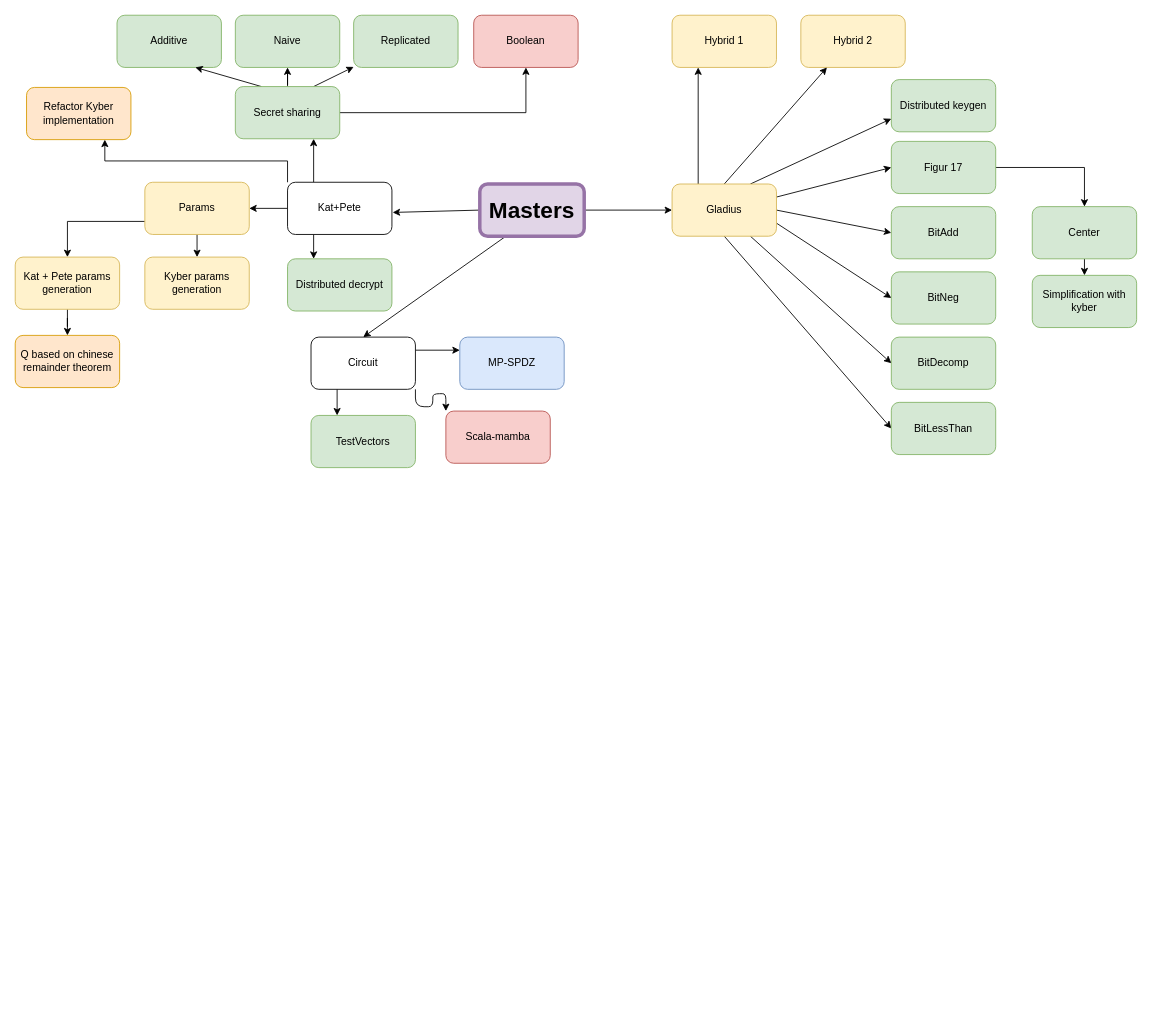
Earlier version of the draw.io diagram mindmap.drawio (Sellebjergen/ThresholdKyber). Source tidied: cells renumbered, new cells numbered last; positions are measured from the earlier drawing's top-left corner, leaving out a move shared by most shapes. Both pictures are drawn from the tidied source at 87%, with x=0, y=0 at pixel (15, 15).
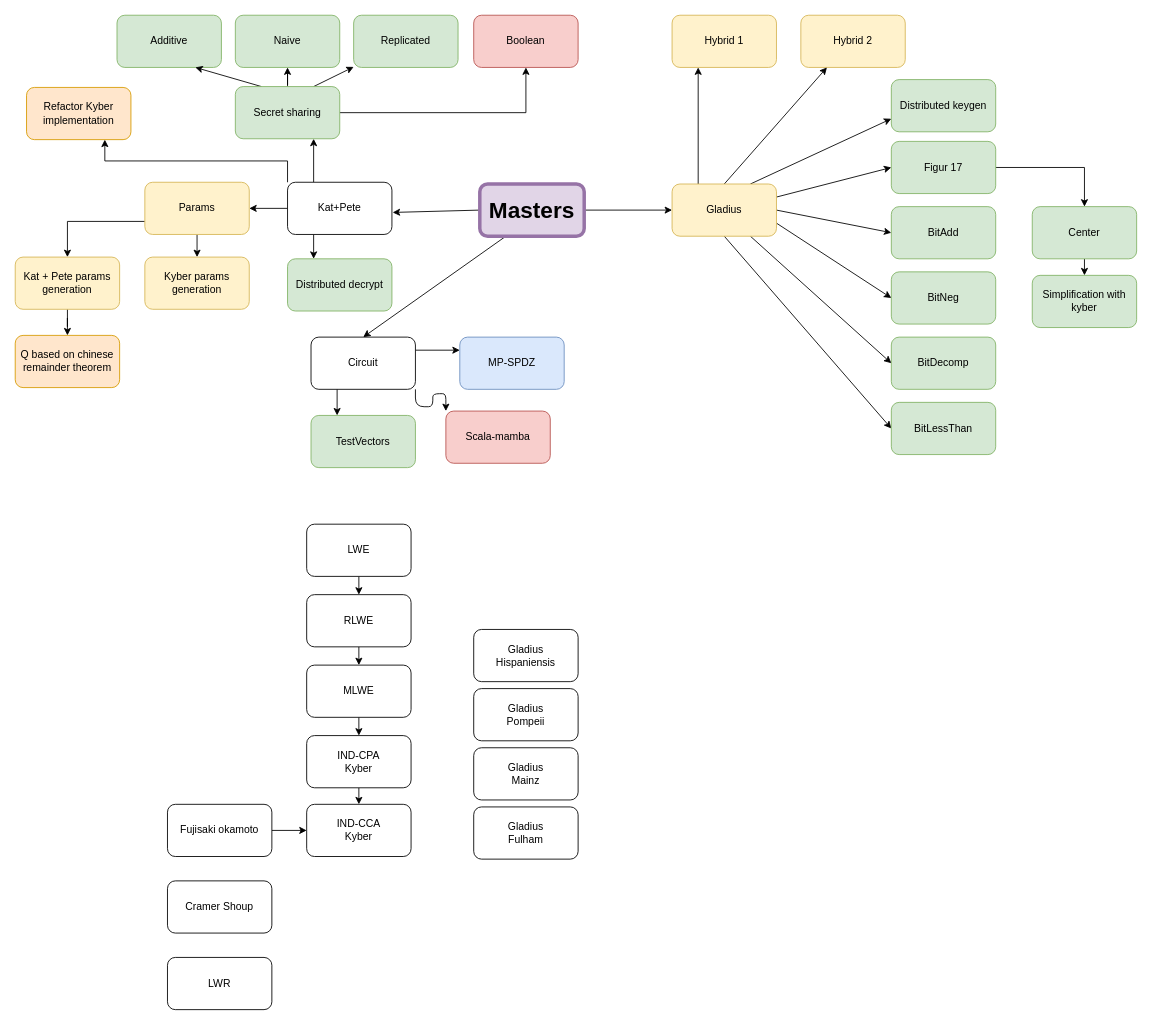
Above is the later version.

Diff of the diagram source:
```diff
@@
+    <mxCell id="57" style="edgeStyle=orthogonalEdgeStyle;rounded=0;jettySize=auto;html=1;exitX=0.5;exitY=1;exitDx=0;exitDy=0;entryX=0.5;entryY=0;entryDx=0;entryDy=0;" parent="1" edge="1" source="58" target="60">
+      <mxGeometry relative="1" as="geometry" />
+    </mxCell>
+    <mxCell id="58" value="LWE" style="rounded=1;whiteSpace=wrap;html=1;" parent="1" vertex="1">
+      <mxGeometry x="335" y="585" width="120" height="60" as="geometry" />
+    </mxCell>
+    <mxCell id="59" style="edgeStyle=orthogonalEdgeStyle;rounded=0;jettySize=auto;html=1;exitX=0.5;exitY=1;exitDx=0;exitDy=0;entryX=0.5;entryY=0;entryDx=0;entryDy=0;" parent="1" edge="1" source="60" target="62">
+      <mxGeometry relative="1" as="geometry" />
+    </mxCell>
+    <mxCell id="60" value="RLWE" style="rounded=1;whiteSpace=wrap;html=1;" parent="1" vertex="1">
+      <mxGeometry x="335" y="666" width="120" height="60" as="geometry" />
+    </mxCell>
+    <mxCell id="61" style="edgeStyle=orthogonalEdgeStyle;rounded=0;jettySize=auto;html=1;exitX=0.5;exitY=1;exitDx=0;exitDy=0;entryX=0.5;entryY=0;entryDx=0;entryDy=0;" parent="1" edge="1" source="62" target="67">
+      <mxGeometry relative="1" as="geometry" />
+    </mxCell>
+    <mxCell id="62" value="&lt;div&gt;MLWE&lt;/div&gt;" style="rounded=1;whiteSpace=wrap;html=1;" parent="1" vertex="1">
+      <mxGeometry x="335" y="747" width="120" height="60" as="geometry" />
+    </mxCell>
+    <mxCell id="63" style="edgeStyle=orthogonalEdgeStyle;rounded=0;jettySize=auto;html=1;exitX=1;exitY=0.5;exitDx=0;exitDy=0;entryX=0;entryY=0.5;entryDx=0;entryDy=0;" parent="1" edge="1" source="64" target="73">
+      <mxGeometry relative="1" as="geometry" />
+    </mxCell>
+    <mxCell id="64" value="Fujisaki okamoto" style="rounded=1;whiteSpace=wrap;html=1;" parent="1" vertex="1">
+      <mxGeometry x="175" y="907" width="120" height="60" as="geometry" />
+    </mxCell>
+    <mxCell id="65" value="Cramer Shoup" style="rounded=1;whiteSpace=wrap;html=1;" parent="1" vertex="1">
+      <mxGeometry x="175" y="995" width="120" height="60" as="geometry" />
+    </mxCell>
+    <mxCell id="66" style="edgeStyle=orthogonalEdgeStyle;rounded=0;jettySize=auto;html=1;exitX=0.5;exitY=1;exitDx=0;exitDy=0;entryX=0.5;entryY=0;entryDx=0;entryDy=0;" parent="1" edge="1" source="67" target="73">
+      <mxGeometry relative="1" as="geometry" />
+    </mxCell>
+    <mxCell id="67" value="IND-CPA&lt;br&gt;Kyber" style="rounded=1;whiteSpace=wrap;html=1;" parent="1" vertex="1">
+      <mxGeometry x="335" y="828" width="120" height="60" as="geometry" />
+    </mxCell>
+    <mxCell id="68" value="LWR" style="rounded=1;whiteSpace=wrap;html=1;" parent="1" vertex="1">
+      <mxGeometry x="175" y="1083" width="120" height="60" as="geometry" />
+    </mxCell>
+    <mxCell id="69" value="Gladius&lt;br&gt;Hispaniensis" style="rounded=1;whiteSpace=wrap;html=1;" parent="1" vertex="1">
+      <mxGeometry x="527" y="706" width="120" height="60" as="geometry" />
+    </mxCell>
+    <mxCell id="70" value="Gladius&lt;br&gt;Pompeii" style="rounded=1;whiteSpace=wrap;html=1;" parent="1" vertex="1">
+      <mxGeometry x="527" y="774" width="120" height="60" as="geometry" />
+    </mxCell>
+    <mxCell id="71" value="Gladius&lt;br&gt;&lt;div&gt;Mainz&lt;/div&gt;" style="rounded=1;whiteSpace=wrap;html=1;" parent="1" vertex="1">
+      <mxGeometry x="527" y="842" width="120" height="60" as="geometry" />
+    </mxCell>
+    <mxCell id="72" value="Gladius&lt;br&gt;Fulham" style="rounded=1;whiteSpace=wrap;html=1;" parent="1" vertex="1">
+      <mxGeometry x="527" y="910" width="120" height="60" as="geometry" />
+    </mxCell>
+    <mxCell id="73" value="IND-CCA&lt;br&gt;Kyber" style="rounded=1;whiteSpace=wrap;html=1;" parent="1" vertex="1">
+      <mxGeometry x="335" y="907" width="120" height="60" as="geometry" />
+    </mxCell>
```
